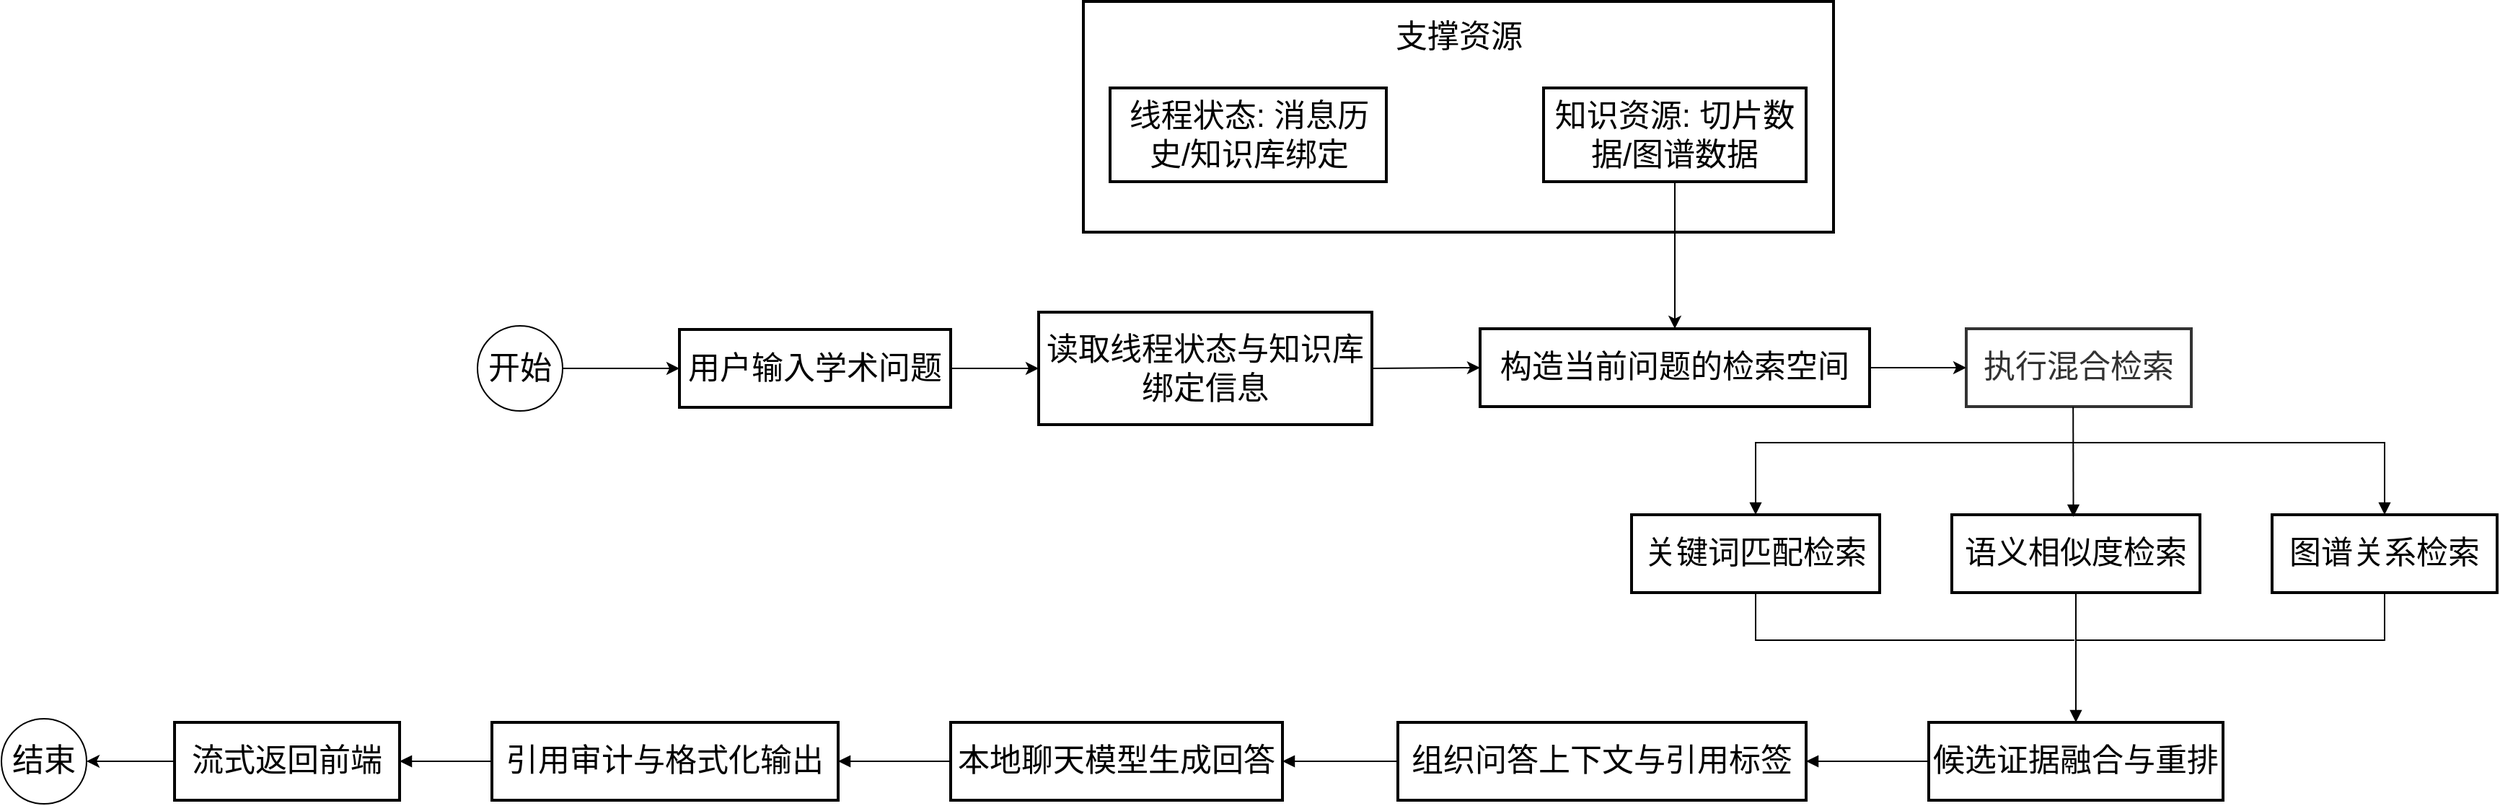
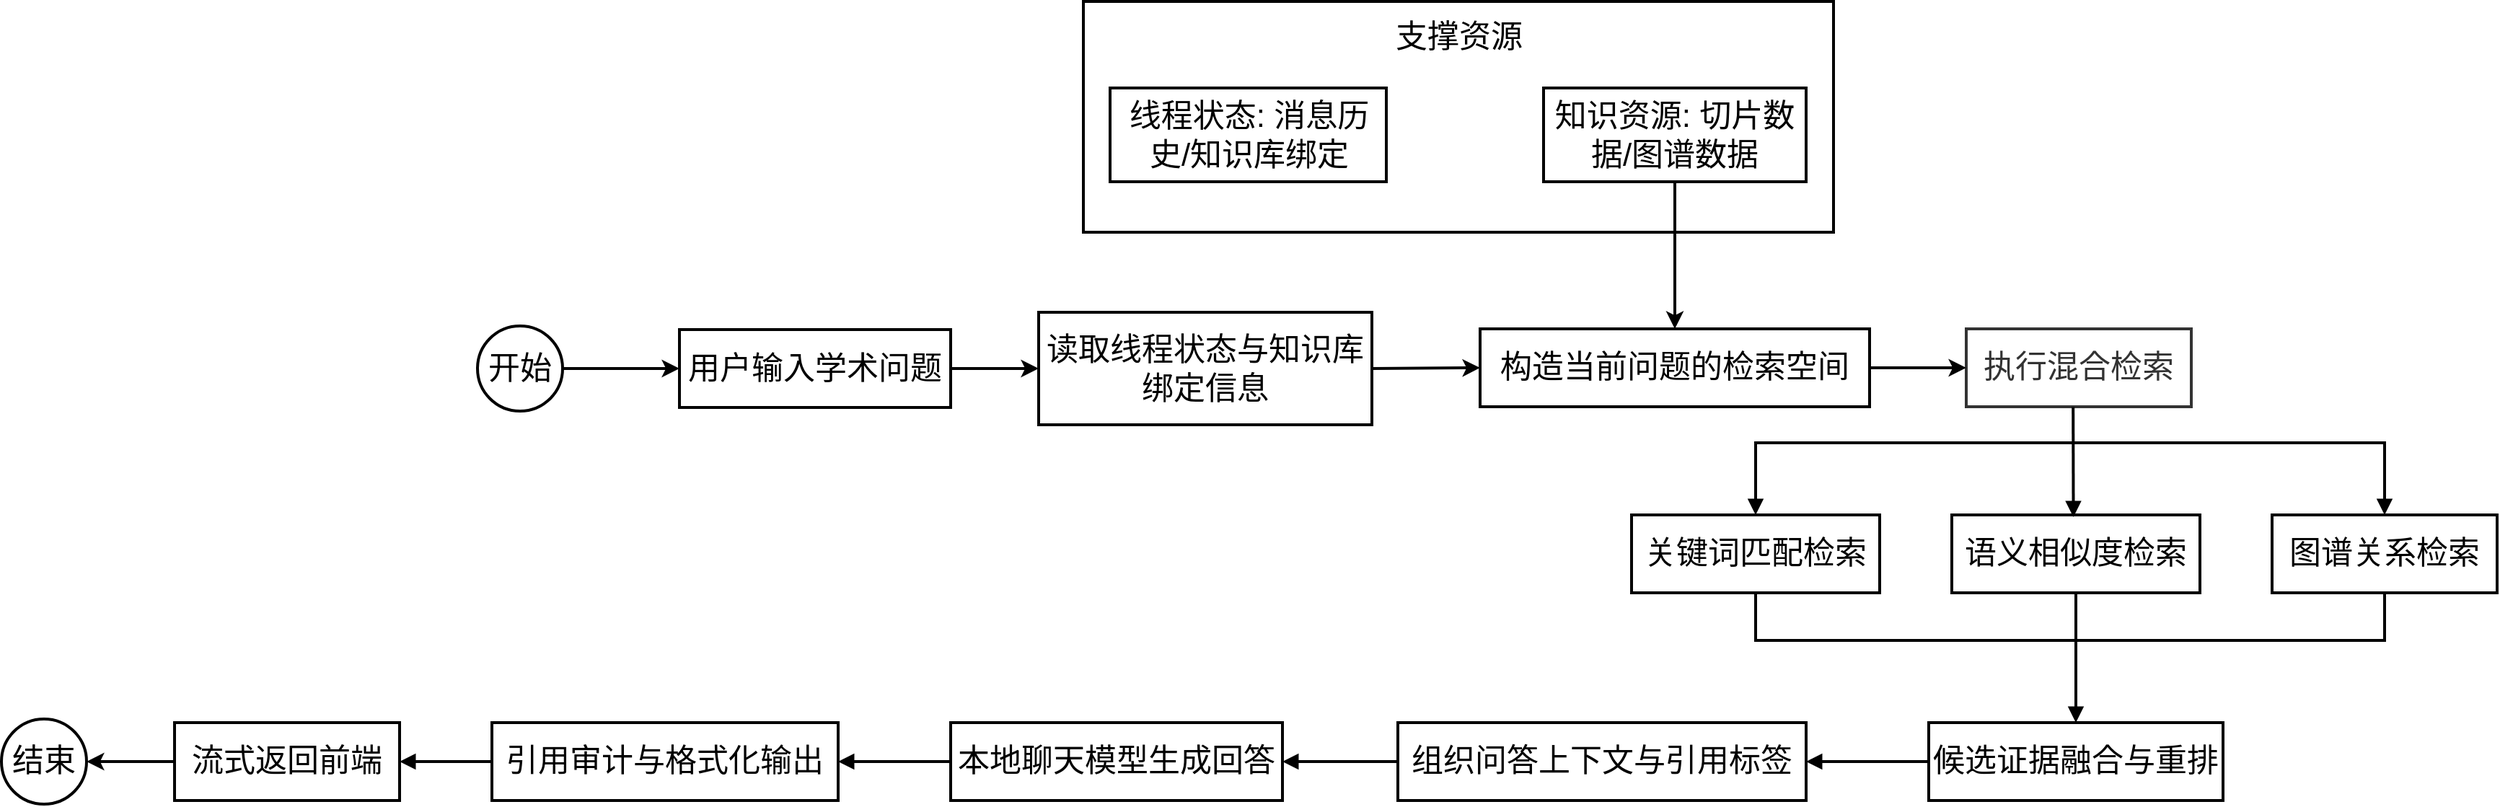
<mxfile host="app.diagrams.net">
  <diagram name="第 1 页" id="b8QfxGOXAPQU8yumc0db">
-     <mxGraphModel dx="3358" dy="1015" grid="1" gridSize="10" guides="1" tooltips="1" connect="1" arrows="1" fold="1" page="0" pageScale="1" pageWidth="827" pageHeight="1169" math="0" shadow="0">
+     <mxGraphModel dx="3419" dy="902" grid="1" gridSize="10" guides="1" tooltips="1" connect="1" arrows="1" fold="1" page="0" pageScale="1" pageWidth="827" pageHeight="1169" math="0" shadow="0">
      <root>
        <mxCell id="0" />
        <mxCell id="1" parent="0" />
        <mxCell id="MBe3Sd8Us-hrdrzjkO28-2" parent="1" style="whiteSpace=wrap;strokeWidth=2;fontSize=22;" value="" vertex="1">
          <mxGeometry height="160" width="520" x="-750" y="240" as="geometry" />
        </mxCell>
        <mxCell id="MBe3Sd8Us-hrdrzjkO28-3" parent="1" style="whiteSpace=wrap;strokeWidth=2;fontSize=22;" value="线程状态: 消息历史/知识库绑定" vertex="1">
          <mxGeometry height="65" width="191.5" x="-731.5" y="300" as="geometry" />
        </mxCell>
        <mxCell id="MBe3Sd8Us-hrdrzjkO28-4" parent="1" style="whiteSpace=wrap;strokeWidth=2;fontSize=22;" value="知识资源: 切片数据/图谱数据" vertex="1">
          <mxGeometry height="65" width="182" x="-431" y="300" as="geometry" />
        </mxCell>
        <mxCell id="MBe3Sd8Us-hrdrzjkO28-5" parent="1" style="whiteSpace=wrap;strokeWidth=2;fontSize=22;" value="用户输入学术问题" vertex="1">
          <mxGeometry height="54" width="188" x="-1030" y="467.5" as="geometry" />
        </mxCell>
        <mxCell id="MBe3Sd8Us-hrdrzjkO28-6" parent="1" style="whiteSpace=wrap;strokeWidth=2;fontSize=22;" value="读取线程状态与知识库绑定信息" vertex="1">
          <mxGeometry height="78" width="231" x="-781" y="455.5" as="geometry" />
        </mxCell>
        <mxCell id="MBe3Sd8Us-hrdrzjkO28-7" parent="1" style="whiteSpace=wrap;strokeWidth=2;fontSize=22;" value="构造当前问题的检索空间" vertex="1">
          <mxGeometry height="54" width="270" x="-475" y="467" as="geometry" />
        </mxCell>
        <mxCell id="MBe3Sd8Us-hrdrzjkO28-8" parent="1" style="whiteSpace=wrap;strokeWidth=2;fillColor=light-dark(#ffffff, #000000);strokeColor=#333;fontColor=light-dark(#333333,#cccccc);fontSize=22;" value="执行混合检索" vertex="1">
          <mxGeometry height="54" width="156" x="-138" y="467" as="geometry" />
        </mxCell>
        <mxCell id="MBe3Sd8Us-hrdrzjkO28-9" parent="1" style="whiteSpace=wrap;strokeWidth=2;fontSize=22;" value="关键词匹配检索" vertex="1">
          <mxGeometry height="54" width="172" x="-370" y="596" as="geometry" />
        </mxCell>
        <mxCell id="MBe3Sd8Us-hrdrzjkO28-10" parent="1" style="whiteSpace=wrap;strokeWidth=2;fontSize=22;" value="语义相似度检索" vertex="1">
          <mxGeometry height="54" width="172" x="-148" y="596" as="geometry" />
        </mxCell>
        <mxCell id="MBe3Sd8Us-hrdrzjkO28-11" parent="1" style="whiteSpace=wrap;strokeWidth=2;fontSize=22;" value="图谱关系检索" vertex="1">
          <mxGeometry height="54" width="156" x="74" y="596" as="geometry" />
        </mxCell>
        <mxCell id="MBe3Sd8Us-hrdrzjkO28-12" parent="1" style="whiteSpace=wrap;strokeWidth=2;fontSize=22;" value="候选证据融合与重排" vertex="1">
          <mxGeometry height="54" width="204" x="-164" y="740" as="geometry" />
        </mxCell>
        <mxCell id="MBe3Sd8Us-hrdrzjkO28-13" parent="1" style="whiteSpace=wrap;strokeWidth=2;fontSize=22;" value="组织问答上下文与引用标签" vertex="1">
          <mxGeometry height="54" width="283" x="-532" y="740" as="geometry" />
        </mxCell>
        <mxCell id="MBe3Sd8Us-hrdrzjkO28-14" parent="1" style="whiteSpace=wrap;strokeWidth=2;fontSize=22;" value="本地聊天模型生成回答" vertex="1">
          <mxGeometry height="54" width="230" x="-842" y="740" as="geometry" />
        </mxCell>
        <mxCell id="MBe3Sd8Us-hrdrzjkO28-15" parent="1" style="whiteSpace=wrap;strokeWidth=2;fontSize=22;" value="引用审计与格式化输出" vertex="1">
          <mxGeometry height="54" width="240" x="-1160" y="740" as="geometry" />
        </mxCell>
        <mxCell id="MBe3Sd8Us-hrdrzjkO28-16" parent="1" style="whiteSpace=wrap;strokeWidth=2;fontSize=22;" value="流式返回前端" vertex="1">
          <mxGeometry height="54" width="156" x="-1380" y="740" as="geometry" />
        </mxCell>
-         <mxCell id="MBe3Sd8Us-hrdrzjkO28-22" edge="1" parent="1" style="curved=0;startArrow=none;endArrow=block;entryX=0.5;entryY=0;rounded=0;fontSize=22;" target="MBe3Sd8Us-hrdrzjkO28-9" value="">
+         <mxCell id="MBe3Sd8Us-hrdrzjkO28-22" edge="1" parent="1" style="curved=0;startArrow=none;endArrow=block;entryX=0.5;entryY=0;rounded=0;fontSize=22;strokeWidth=2;" target="MBe3Sd8Us-hrdrzjkO28-9" value="">
          <mxGeometry relative="1" as="geometry">
            <Array as="points">
              <mxPoint x="-284" y="546" />
            </Array>
            <mxPoint x="-63" y="546" as="sourcePoint" />
          </mxGeometry>
        </mxCell>
-         <mxCell id="MBe3Sd8Us-hrdrzjkO28-23" edge="1" parent="1" source="MBe3Sd8Us-hrdrzjkO28-8" style="curved=0;startArrow=none;endArrow=block;rounded=0;entryX=0.49;entryY=0.028;entryDx=0;entryDy=0;exitX=0.475;exitY=1.004;exitDx=0;exitDy=0;exitPerimeter=0;entryPerimeter=0;fontSize=22;" target="MBe3Sd8Us-hrdrzjkO28-10" value="">
+         <mxCell id="MBe3Sd8Us-hrdrzjkO28-23" edge="1" parent="1" source="MBe3Sd8Us-hrdrzjkO28-8" style="curved=0;startArrow=none;endArrow=block;rounded=0;entryX=0.49;entryY=0.028;entryDx=0;entryDy=0;exitX=0.475;exitY=1.004;exitDx=0;exitDy=0;exitPerimeter=0;entryPerimeter=0;fontSize=22;strokeWidth=2;" target="MBe3Sd8Us-hrdrzjkO28-10" value="">
          <mxGeometry relative="1" as="geometry">
            <Array as="points" />
            <mxPoint x="-63" y="523" as="sourcePoint" />
            <mxPoint x="-74" y="593" as="targetPoint" />
          </mxGeometry>
        </mxCell>
-         <mxCell id="MBe3Sd8Us-hrdrzjkO28-24" edge="1" parent="1" style="curved=0;startArrow=none;endArrow=block;entryX=0.5;entryY=0;rounded=0;fontSize=22;" target="MBe3Sd8Us-hrdrzjkO28-11" value="">
+         <mxCell id="MBe3Sd8Us-hrdrzjkO28-24" edge="1" parent="1" style="curved=0;startArrow=none;endArrow=block;entryX=0.5;entryY=0;rounded=0;fontSize=22;strokeWidth=2;" target="MBe3Sd8Us-hrdrzjkO28-11" value="">
          <mxGeometry relative="1" as="geometry">
            <Array as="points">
              <mxPoint x="152" y="546" />
            </Array>
            <mxPoint x="-63" y="546" as="sourcePoint" />
          </mxGeometry>
        </mxCell>
-         <mxCell id="MBe3Sd8Us-hrdrzjkO28-25" edge="1" parent="1" source="MBe3Sd8Us-hrdrzjkO28-9" style="curved=0;startArrow=none;endArrow=none;exitX=0.5;exitY=1;rounded=0;endFill=0;fontSize=22;" value="">
+         <mxCell id="MBe3Sd8Us-hrdrzjkO28-25" edge="1" parent="1" source="MBe3Sd8Us-hrdrzjkO28-9" style="curved=0;startArrow=none;endArrow=none;exitX=0.5;exitY=1;rounded=0;endFill=0;fontSize=22;strokeWidth=2;" value="">
          <mxGeometry relative="1" as="geometry">
            <Array as="points">
              <mxPoint x="-284" y="683" />
            </Array>
            <mxPoint x="-63" y="683" as="targetPoint" />
          </mxGeometry>
        </mxCell>
-         <mxCell id="MBe3Sd8Us-hrdrzjkO28-26" edge="1" parent="1" source="MBe3Sd8Us-hrdrzjkO28-10" style="curved=0;startArrow=none;endArrow=block;exitX=0.5;exitY=1;entryX=0.5;entryY=0;rounded=0;fontSize=22;" target="MBe3Sd8Us-hrdrzjkO28-12" value="">
+         <mxCell id="MBe3Sd8Us-hrdrzjkO28-26" edge="1" parent="1" source="MBe3Sd8Us-hrdrzjkO28-10" style="curved=0;startArrow=none;endArrow=block;exitX=0.5;exitY=1;entryX=0.5;entryY=0;rounded=0;fontSize=22;strokeWidth=2;" target="MBe3Sd8Us-hrdrzjkO28-12" value="">
          <mxGeometry relative="1" as="geometry">
            <Array as="points" />
          </mxGeometry>
        </mxCell>
-         <mxCell id="MBe3Sd8Us-hrdrzjkO28-27" edge="1" parent="1" source="MBe3Sd8Us-hrdrzjkO28-11" style="curved=0;startArrow=none;endArrow=none;exitX=0.5;exitY=1;rounded=0;endFill=0;fontSize=22;" value="">
+         <mxCell id="MBe3Sd8Us-hrdrzjkO28-27" edge="1" parent="1" source="MBe3Sd8Us-hrdrzjkO28-11" style="curved=0;startArrow=none;endArrow=none;exitX=0.5;exitY=1;rounded=0;endFill=0;fontSize=22;strokeWidth=2;" value="">
          <mxGeometry relative="1" as="geometry">
            <Array as="points">
              <mxPoint x="152" y="683" />
            </Array>
            <mxPoint x="-62" y="683" as="targetPoint" />
          </mxGeometry>
        </mxCell>
-         <mxCell id="MBe3Sd8Us-hrdrzjkO28-28" edge="1" parent="1" source="MBe3Sd8Us-hrdrzjkO28-12" style="curved=0;startArrow=none;endArrow=block;exitX=0;exitY=0.5;entryX=1;entryY=0.5;rounded=0;fontSize=22;exitDx=0;exitDy=0;entryDx=0;entryDy=0;" target="MBe3Sd8Us-hrdrzjkO28-13" value="">
+         <mxCell id="MBe3Sd8Us-hrdrzjkO28-28" edge="1" parent="1" source="MBe3Sd8Us-hrdrzjkO28-12" style="curved=0;startArrow=none;endArrow=block;exitX=0;exitY=0.5;entryX=1;entryY=0.5;rounded=0;fontSize=22;exitDx=0;exitDy=0;entryDx=0;entryDy=0;strokeWidth=2;" target="MBe3Sd8Us-hrdrzjkO28-13" value="">
          <mxGeometry relative="1" as="geometry">
            <Array as="points" />
          </mxGeometry>
        </mxCell>
-         <mxCell id="MBe3Sd8Us-hrdrzjkO28-29" edge="1" parent="1" source="MBe3Sd8Us-hrdrzjkO28-13" style="curved=0;startArrow=none;endArrow=block;exitX=0;exitY=0.5;entryX=1;entryY=0.5;rounded=0;fontSize=22;exitDx=0;exitDy=0;entryDx=0;entryDy=0;" target="MBe3Sd8Us-hrdrzjkO28-14" value="">
+         <mxCell id="MBe3Sd8Us-hrdrzjkO28-29" edge="1" parent="1" source="MBe3Sd8Us-hrdrzjkO28-13" style="curved=0;startArrow=none;endArrow=block;exitX=0;exitY=0.5;entryX=1;entryY=0.5;rounded=0;fontSize=22;exitDx=0;exitDy=0;entryDx=0;entryDy=0;strokeWidth=2;" target="MBe3Sd8Us-hrdrzjkO28-14" value="">
          <mxGeometry relative="1" as="geometry">
            <Array as="points" />
          </mxGeometry>
        </mxCell>
-         <mxCell id="MBe3Sd8Us-hrdrzjkO28-30" edge="1" parent="1" source="MBe3Sd8Us-hrdrzjkO28-14" style="curved=0;startArrow=none;endArrow=block;exitX=0;exitY=0.5;entryX=1;entryY=0.5;rounded=0;fontSize=22;entryDx=0;entryDy=0;exitDx=0;exitDy=0;" target="MBe3Sd8Us-hrdrzjkO28-15" value="">
+         <mxCell id="MBe3Sd8Us-hrdrzjkO28-30" edge="1" parent="1" source="MBe3Sd8Us-hrdrzjkO28-14" style="curved=0;startArrow=none;endArrow=block;exitX=0;exitY=0.5;entryX=1;entryY=0.5;rounded=0;fontSize=22;entryDx=0;entryDy=0;exitDx=0;exitDy=0;strokeWidth=2;" target="MBe3Sd8Us-hrdrzjkO28-15" value="">
          <mxGeometry relative="1" as="geometry">
            <Array as="points" />
          </mxGeometry>
        </mxCell>
-         <mxCell id="MBe3Sd8Us-hrdrzjkO28-31" edge="1" parent="1" source="MBe3Sd8Us-hrdrzjkO28-15" style="curved=0;startArrow=none;endArrow=block;exitX=0;exitY=0.5;entryX=1;entryY=0.5;rounded=0;fontSize=22;entryDx=0;entryDy=0;exitDx=0;exitDy=0;" target="MBe3Sd8Us-hrdrzjkO28-16" value="">
+         <mxCell id="MBe3Sd8Us-hrdrzjkO28-31" edge="1" parent="1" source="MBe3Sd8Us-hrdrzjkO28-15" style="curved=0;startArrow=none;endArrow=block;exitX=0;exitY=0.5;entryX=1;entryY=0.5;rounded=0;fontSize=22;entryDx=0;entryDy=0;exitDx=0;exitDy=0;strokeWidth=2;" target="MBe3Sd8Us-hrdrzjkO28-16" value="">
          <mxGeometry relative="1" as="geometry">
            <Array as="points" />
          </mxGeometry>
        </mxCell>
-         <mxCell id="MBe3Sd8Us-hrdrzjkO28-62" parent="1" style="text;html=1;whiteSpace=wrap;strokeColor=none;fillColor=none;align=center;verticalAlign=middle;rounded=0;fontSize=22;" value="支&lt;span style=&quot;background-color: transparent; color: light-dark(rgb(0, 0, 0), rgb(255, 255, 255));&quot;&gt;撑资源&lt;/span&gt;" vertex="1">
+         <mxCell id="MBe3Sd8Us-hrdrzjkO28-62" parent="1" style="text;html=1;whiteSpace=wrap;strokeColor=none;fillColor=none;align=center;verticalAlign=middle;rounded=0;fontSize=22;strokeWidth=2;" value="支&lt;span style=&quot;background-color: transparent; color: light-dark(rgb(0, 0, 0), rgb(255, 255, 255));&quot;&gt;撑资源&lt;/span&gt;" vertex="1">
          <mxGeometry height="30" width="189" x="-584.5" y="250" as="geometry" />
        </mxCell>
-         <mxCell id="f4cjFAWrgOAmGGmxAiqh-2" parent="1" style="ellipse;whiteSpace=wrap;html=1;aspect=fixed;fontSize=22;" value="开始" vertex="1">
+         <mxCell id="f4cjFAWrgOAmGGmxAiqh-2" parent="1" style="ellipse;whiteSpace=wrap;html=1;aspect=fixed;fontSize=22;strokeWidth=2;" value="开始" vertex="1">
          <mxGeometry height="59" width="59" x="-1170" y="465" as="geometry" />
        </mxCell>
-         <mxCell id="f4cjFAWrgOAmGGmxAiqh-3" edge="1" parent="1" source="f4cjFAWrgOAmGGmxAiqh-2" style="endArrow=classic;html=1;rounded=0;fontSize=22;exitX=1;exitY=0.5;exitDx=0;exitDy=0;" target="MBe3Sd8Us-hrdrzjkO28-5" value="">
+         <mxCell id="f4cjFAWrgOAmGGmxAiqh-3" edge="1" parent="1" source="f4cjFAWrgOAmGGmxAiqh-2" style="endArrow=classic;html=1;rounded=0;fontSize=22;exitX=1;exitY=0.5;exitDx=0;exitDy=0;strokeWidth=2;" target="MBe3Sd8Us-hrdrzjkO28-5" value="">
          <mxGeometry height="50" relative="1" width="50" as="geometry">
            <mxPoint x="490" y="40" as="sourcePoint" />
            <mxPoint x="540" y="-10" as="targetPoint" />
          </mxGeometry>
        </mxCell>
-         <mxCell id="f4cjFAWrgOAmGGmxAiqh-4" edge="1" parent="1" source="MBe3Sd8Us-hrdrzjkO28-16" style="endArrow=classic;html=1;rounded=0;entryX=1;entryY=0.5;entryDx=0;entryDy=0;fontSize=22;exitX=0;exitY=0.5;exitDx=0;exitDy=0;" target="f4cjFAWrgOAmGGmxAiqh-6" value="">
+         <mxCell id="f4cjFAWrgOAmGGmxAiqh-4" edge="1" parent="1" source="MBe3Sd8Us-hrdrzjkO28-16" style="endArrow=classic;html=1;rounded=0;entryX=1;entryY=0.5;entryDx=0;entryDy=0;fontSize=22;exitX=0;exitY=0.5;exitDx=0;exitDy=0;strokeWidth=2;" target="f4cjFAWrgOAmGGmxAiqh-6" value="">
          <mxGeometry height="50" relative="1" width="50" as="geometry">
            <mxPoint x="-1602.3" y="776.5" as="sourcePoint" />
            <mxPoint x="-1602.3" y="836.5" as="targetPoint" />
          </mxGeometry>
        </mxCell>
-         <mxCell id="f4cjFAWrgOAmGGmxAiqh-6" parent="1" style="ellipse;whiteSpace=wrap;html=1;aspect=fixed;fontSize=22;" value="结束" vertex="1">
+         <mxCell id="f4cjFAWrgOAmGGmxAiqh-6" parent="1" style="ellipse;whiteSpace=wrap;html=1;aspect=fixed;fontSize=22;strokeWidth=2;" value="结束" vertex="1">
          <mxGeometry height="59" width="59" x="-1500" y="737.5" as="geometry" />
        </mxCell>
-         <mxCell id="SZ7EKr5j4QMmtu1rIPkL-2" edge="1" parent="1" style="endArrow=classic;html=1;rounded=0;entryX=0.5;entryY=0;entryDx=0;entryDy=0;" target="MBe3Sd8Us-hrdrzjkO28-7" value="">
+         <mxCell id="SZ7EKr5j4QMmtu1rIPkL-2" edge="1" parent="1" style="endArrow=classic;html=1;rounded=0;entryX=0.5;entryY=0;entryDx=0;entryDy=0;strokeWidth=2;" target="MBe3Sd8Us-hrdrzjkO28-7" value="">
          <mxGeometry height="50" relative="1" width="50" as="geometry">
            <mxPoint x="-340" y="365" as="sourcePoint" />
            <mxPoint x="-290" y="315" as="targetPoint" />
          </mxGeometry>
        </mxCell>
-         <mxCell id="SZ7EKr5j4QMmtu1rIPkL-4" edge="1" parent="1" source="MBe3Sd8Us-hrdrzjkO28-5" style="endArrow=classic;html=1;rounded=0;entryX=0;entryY=0.5;entryDx=0;entryDy=0;exitX=1;exitY=0.5;exitDx=0;exitDy=0;" target="MBe3Sd8Us-hrdrzjkO28-6" value="">
+         <mxCell id="SZ7EKr5j4QMmtu1rIPkL-4" edge="1" parent="1" source="MBe3Sd8Us-hrdrzjkO28-5" style="endArrow=classic;html=1;rounded=0;entryX=0;entryY=0.5;entryDx=0;entryDy=0;exitX=1;exitY=0.5;exitDx=0;exitDy=0;strokeWidth=2;" target="MBe3Sd8Us-hrdrzjkO28-6" value="">
          <mxGeometry height="50" relative="1" width="50" as="geometry">
            <mxPoint x="-842" y="490" as="sourcePoint" />
            <mxPoint x="-792" y="440" as="targetPoint" />
          </mxGeometry>
        </mxCell>
-         <mxCell id="SZ7EKr5j4QMmtu1rIPkL-5" edge="1" parent="1" style="endArrow=classic;html=1;rounded=0;exitX=1;exitY=0.5;exitDx=0;exitDy=0;entryX=0;entryY=0.5;entryDx=0;entryDy=0;" value="">
+         <mxCell id="SZ7EKr5j4QMmtu1rIPkL-5" edge="1" parent="1" style="endArrow=classic;html=1;rounded=0;exitX=1;exitY=0.5;exitDx=0;exitDy=0;entryX=0;entryY=0.5;entryDx=0;entryDy=0;strokeWidth=2;" value="">
          <mxGeometry height="50" relative="1" width="50" as="geometry">
            <mxPoint x="-549.9999999999999" y="494.5" as="sourcePoint" />
            <mxPoint x="-475" y="494" as="targetPoint" />
          </mxGeometry>
        </mxCell>
-         <mxCell id="SZ7EKr5j4QMmtu1rIPkL-7" edge="1" parent="1" source="MBe3Sd8Us-hrdrzjkO28-7" style="endArrow=classic;html=1;rounded=0;entryX=0;entryY=0.5;entryDx=0;entryDy=0;exitX=1;exitY=0.5;exitDx=0;exitDy=0;" target="MBe3Sd8Us-hrdrzjkO28-8" value="">
+         <mxCell id="SZ7EKr5j4QMmtu1rIPkL-7" edge="1" parent="1" source="MBe3Sd8Us-hrdrzjkO28-7" style="endArrow=classic;html=1;rounded=0;entryX=0;entryY=0.5;entryDx=0;entryDy=0;exitX=1;exitY=0.5;exitDx=0;exitDy=0;strokeWidth=2;" target="MBe3Sd8Us-hrdrzjkO28-8" value="">
          <mxGeometry height="50" relative="1" width="50" as="geometry">
            <mxPoint x="-740" y="500" as="sourcePoint" />
            <mxPoint x="-690" y="450" as="targetPoint" />
          </mxGeometry>
        </mxCell>
      </root>
    </mxGraphModel>
  </diagram>
</mxfile>
